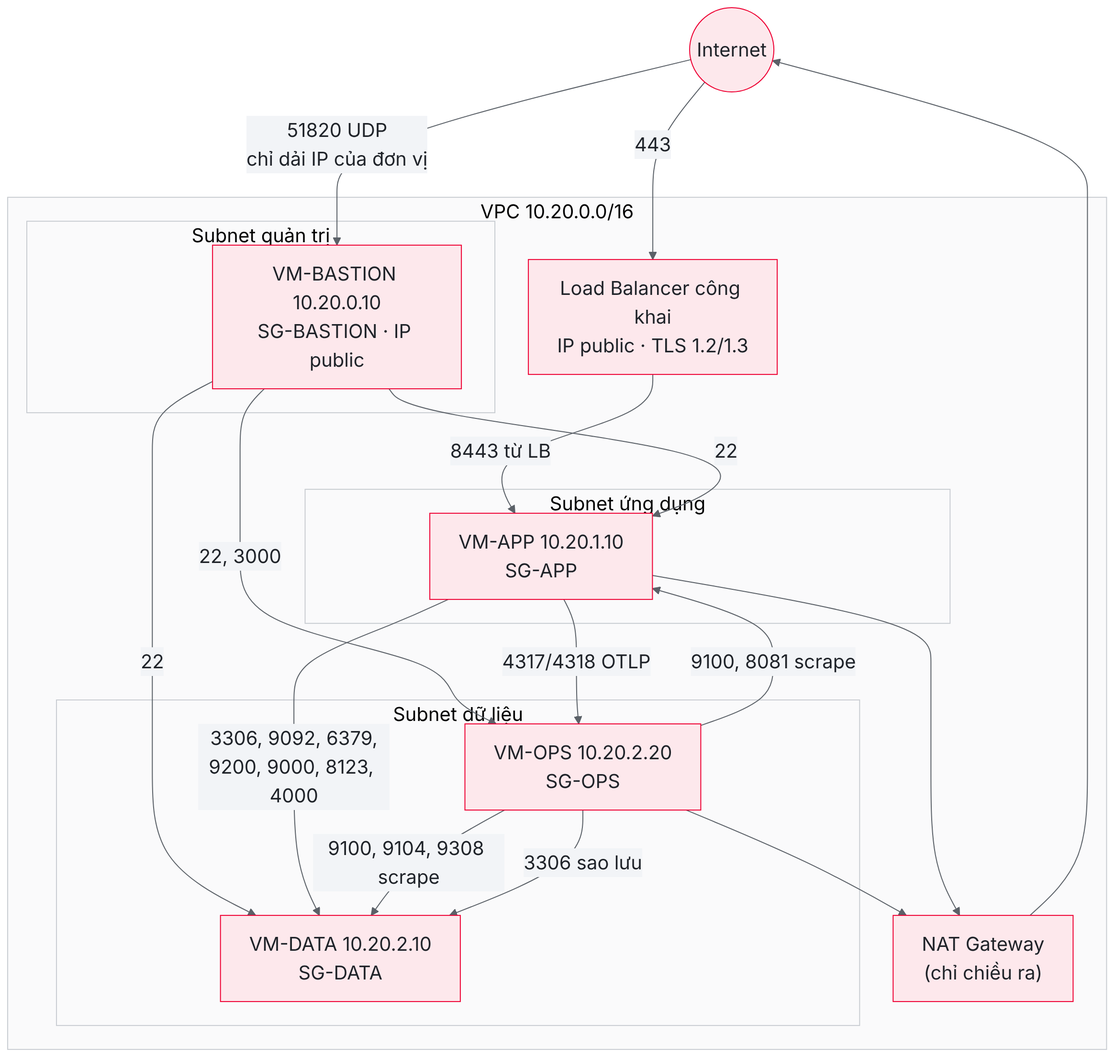
Above: docs/thiet-ke/assets/tl06/h3-mang.png in caprocute/mission-web (Mermaid), before the change. Its source is kept beside it as docs/thiet-ke/assets/tl06/h3-mang.mmd.
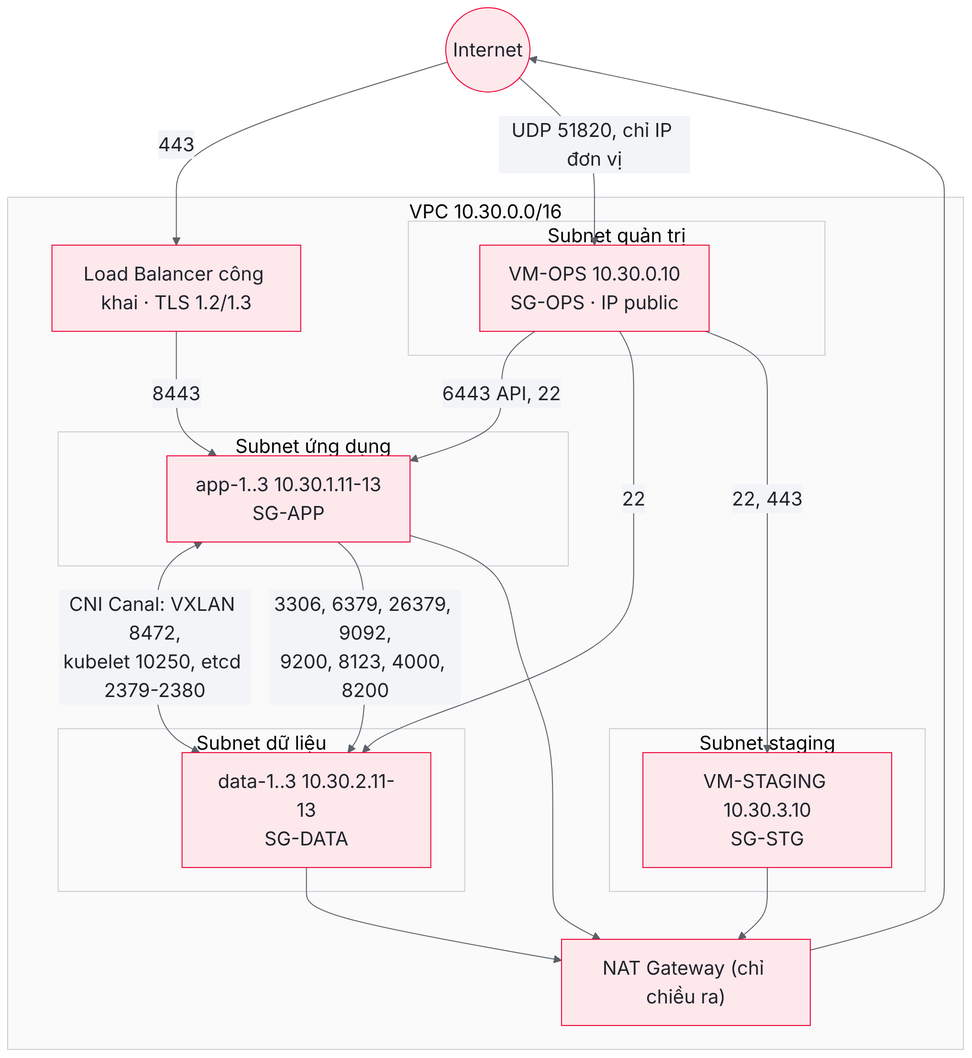
The same file after the commit.

The edit, as a diff of the source:
```diff
@@ -1,30 +1,30 @@
 %%{init: {"themeVariables":{"fontSize":"20px"}}}%%
 flowchart TB
   INET(("Internet"))
-  subgraph VPC["VPC 10.20.0.0/16"]
-    LB["Load Balancer công khai<br/>IP public · TLS 1.2/1.3"]
-    NAT["NAT Gateway<br/>(chỉ chiều ra)"]
+  subgraph VPC["VPC 10.30.0.0/16"]
+    LB["Load Balancer công khai · TLS 1.2/1.3"]
+    NAT["NAT Gateway (chỉ chiều ra)"]
     subgraph S0["Subnet quản trị"]
-      B["VM-BASTION 10.20.0.10<br/>SG-BASTION · IP public"]
+      O["VM-OPS 10.30.0.10<br/>SG-OPS · IP public"]
     end
     subgraph S1["Subnet ứng dụng"]
-      A["VM-APP 10.20.1.10<br/>SG-APP"]
+      A["app-1..3 10.30.1.11-13<br/>SG-APP"]
     end
     subgraph S2["Subnet dữ liệu"]
-      D["VM-DATA 10.20.2.10<br/>SG-DATA"]
-      O["VM-OPS 10.20.2.20<br/>SG-OPS"]
+      D["data-1..3 10.30.2.11-13<br/>SG-DATA"]
+    end
+    subgraph S3["Subnet staging"]
+      T["VM-STAGING 10.30.3.10<br/>SG-STG"]
     end
   end
-  INET -->|443| LB -->|8443 từ LB| A
-  INET -->|51820 UDP<br/>chỉ dải IP của đơn vị| B
-  B -->|22| A
-  B -->|22| D
-  B -->|22, 3000| O
-  A -->|3306, 9092, 6379,<br/>9200, 9000, 8123, 4000| D
-  A -->|4317/4318 OTLP| O
-  O -->|9100, 9104, 9308 scrape| D
-  O -->|9100, 8081 scrape| A
-  O -->|3306 sao lưu| D
+  INET -->|443| LB -->|8443| A
+  INET -->|UDP 51820, chỉ IP đơn vị| O
+  O -->|6443 API, 22| A
+  O -->|22| D
+  O -->|22, 443| T
+  A <-->|"CNI Canal: VXLAN 8472,<br/>kubelet 10250, etcd 2379-2380"| D
+  A -->|"3306, 6379, 26379, 9092,<br/>9200, 8123, 4000, 8200"| D
   A --> NAT
-  O --> NAT
+  D --> NAT
+  T --> NAT
   NAT --> INET
```
